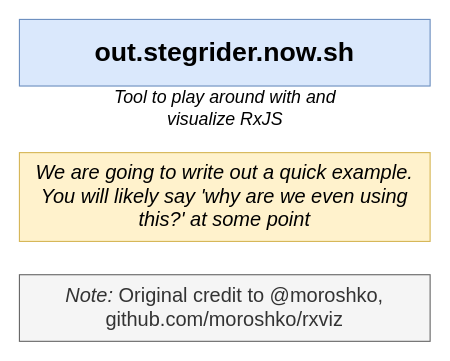
Earlier version of the draw.io diagram page "05 - site" (5 of 10) of diagrams/wrx/diagrams.drawio (StephenGrider/ng-casts). Source tidied: cells renumbered, new cells numbered last; positions are measured from the earlier drawing's top-left corner, leaving out a move shared by most shapes. Both pictures are drawn from the tidied source at 111%, with x=0, y=0 at pixel (19, 19).
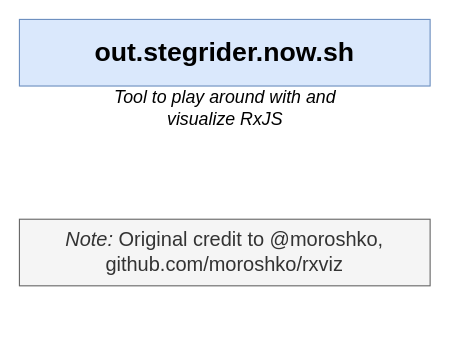
Above is the later version.

Change to the diagram source:
```diff
@@
 <mxGraphModel>
   <root>
     <mxCell id="0" />
     <mxCell id="1" parent="0" />
     <mxCell id="2" value="out.stegrider.now.sh" style="rounded=0;whiteSpace=wrap;html=1;fontSize=24;align=center;fontStyle=1;fillColor=#dae8fc;strokeColor=#6c8ebf;" parent="1" vertex="1">
       <mxGeometry width="370" height="60" as="geometry" />
     </mxCell>
     <mxCell id="3" value="Tool to play around with and visualize RxJS" style="text;html=1;strokeColor=none;fillColor=none;align=center;verticalAlign=middle;whiteSpace=wrap;rounded=0;fontSize=16;fontStyle=2;" parent="1" vertex="1">
       <mxGeometry x="72.5" y="70" width="225" height="20" as="geometry" />
     </mxCell>
     <mxCell id="4" value="&lt;i&gt;Note: &lt;/i&gt;Original credit to @moroshko, github.com/moroshko/rxviz" style="rounded=0;whiteSpace=wrap;html=1;fontSize=18;align=center;fontStyle=0;fillColor=#f5f5f5;strokeColor=#666666;fontColor=#333333;" parent="1" vertex="1">
-      <mxGeometry y="230" width="370" height="60" as="geometry" />
+      <mxGeometry y="180" width="370" height="60" as="geometry" />
     </mxCell>
-    <mxCell id="5" value="&lt;i&gt;We are going to write out a quick example. You will likely say 'why are we even using this?' at some point&lt;/i&gt;" style="rounded=0;whiteSpace=wrap;html=1;fontSize=18;align=center;fontStyle=0;fillColor=#fff2cc;strokeColor=#d6b656;" parent="1" vertex="1">
-      <mxGeometry y="120" width="370" height="80" as="geometry" />
-    </mxCell>
   </root>
 </mxGraphModel>
```
